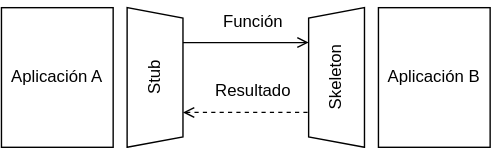
This is diagrams/Remote_Procedure_Invocation.svg from ucudal/ANDIS_Conceptos, a draw.io export, as it was before one commit. Source tidied: cells renumbered, new cells last; positions are measured from the earlier drawing's top-left corner, leaving out a move shared by most shapes. The source it was exported from:
```xml
<mxGraphModel>
  <root>
    <mxCell id="0" />
    <mxCell id="1" parent="0" />
    <mxCell id="2" value="Aplicación A" style="rounded=0;whiteSpace=wrap;html=1;strokeColor=light-dark(#000000,#006EAF);fontColor=light-dark(#000000,#006EAF);fillColor=none;" parent="1" vertex="1">
      <mxGeometry y="5" width="80" height="100" as="geometry" />
    </mxCell>
    <mxCell id="3" value="Aplicación B" style="rounded=0;whiteSpace=wrap;html=1;strokeColor=light-dark(#000000,#006EAF);fontColor=light-dark(#000000,#006EAF);fillColor=none;" parent="1" vertex="1">
      <mxGeometry x="270" y="5" width="80" height="100" as="geometry" />
    </mxCell>
    <mxCell id="4" style="edgeStyle=none;html=1;endArrow=open;endFill=0;strokeColor=light-dark(#000000,#006EAF);fontColor=light-dark(#000000,#006EAF);exitX=0.75;exitY=1;exitDx=0;exitDy=0;entryX=0.75;entryY=0;entryDx=0;entryDy=0;" parent="1" edge="1" source="5" target="6">
      <mxGeometry relative="1" as="geometry" />
    </mxCell>
    <mxCell id="5" value="Stub" style="verticalLabelPosition=middle;verticalAlign=middle;html=1;shape=trapezoid;perimeter=trapezoidPerimeter;whiteSpace=wrap;size=0.07500000000000001;arcSize=10;flipV=1;labelPosition=center;align=center;rotation=-90;strokeColor=light-dark(#000000,#006EAF);fontColor=light-dark(#000000,#006EAF);fillColor=none;" parent="1" vertex="1">
      <mxGeometry x="60" y="35" width="100" height="40" as="geometry" />
    </mxCell>
    <mxCell id="6" value="Skeleton" style="verticalLabelPosition=middle;verticalAlign=middle;html=1;shape=trapezoid;perimeter=trapezoidPerimeter;whiteSpace=wrap;size=0.07500000000000001;arcSize=10;flipV=0;labelPosition=center;align=center;rotation=-90;strokeColor=light-dark(#000000,#006EAF);fontColor=light-dark(#000000,#006EAF);fillColor=none;" parent="1" vertex="1">
      <mxGeometry x="190" y="35" width="100" height="40" as="geometry" />
    </mxCell>
    <mxCell id="7" value="Función" style="text;html=1;align=center;verticalAlign=middle;strokeColor=none;fillColor=none;fontColor=light-dark(#000000,#006EAF);" parent="1" vertex="1">
      <mxGeometry x="145" width="70" height="30" as="geometry" />
    </mxCell>
    <mxCell id="8" value="Resultado" style="text;html=1;align=center;verticalAlign=middle;strokeColor=none;fillColor=none;fontColor=light-dark(#000000,#006EAF);" parent="1" vertex="1">
      <mxGeometry x="140" y="50" width="80" height="30" as="geometry" />
    </mxCell>
    <mxCell id="9" style="edgeStyle=none;html=1;endArrow=none;endFill=0;strokeColor=light-dark(#000000,#006EAF);fontColor=light-dark(#000000,#006EAF);dashed=1;startArrow=open;startFill=0;exitX=0.25;exitY=1;exitDx=0;exitDy=0;entryX=0.25;entryY=0;entryDx=0;entryDy=0;" parent="1" edge="1" source="5" target="6">
      <mxGeometry relative="1" as="geometry" />
    </mxCell>
  </root>
</mxGraphModel>
```
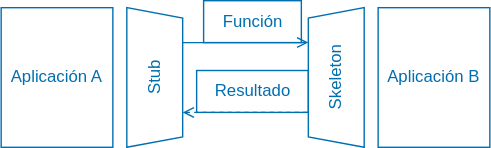
Above is the later version.

Change to the diagram source:
```diff
@@ -2,28 +2,28 @@
   <root>
     <mxCell id="0" />
     <mxCell id="1" parent="0" />
-    <mxCell id="2" value="Aplicación A" style="rounded=0;whiteSpace=wrap;html=1;strokeColor=light-dark(#000000,#006EAF);fontColor=light-dark(#000000,#006EAF);fillColor=none;" parent="1" vertex="1">
+    <mxCell id="2" value="Aplicación A" style="rounded=0;whiteSpace=wrap;html=1;strokeColor=light-dark(#006EAF,#006EAF);fontColor=light-dark(#006EAF,#006EAF);fillColor=none;" parent="1" vertex="1">
       <mxGeometry y="5" width="80" height="100" as="geometry" />
     </mxCell>
-    <mxCell id="3" value="Aplicación B" style="rounded=0;whiteSpace=wrap;html=1;strokeColor=light-dark(#000000,#006EAF);fontColor=light-dark(#000000,#006EAF);fillColor=none;" parent="1" vertex="1">
+    <mxCell id="3" value="Aplicación B" style="rounded=0;whiteSpace=wrap;html=1;strokeColor=light-dark(#006EAF,#006EAF);fontColor=light-dark(#006EAF,#006EAF);fillColor=none;" parent="1" vertex="1">
       <mxGeometry x="270" y="5" width="80" height="100" as="geometry" />
     </mxCell>
-    <mxCell id="4" style="edgeStyle=none;html=1;endArrow=open;endFill=0;strokeColor=light-dark(#000000,#006EAF);fontColor=light-dark(#000000,#006EAF);exitX=0.75;exitY=1;exitDx=0;exitDy=0;entryX=0.75;entryY=0;entryDx=0;entryDy=0;" parent="1" edge="1" source="5" target="6">
+    <mxCell id="4" style="edgeStyle=none;html=1;endArrow=open;endFill=0;strokeColor=light-dark(#006EAF,#006EAF);fontColor=light-dark(#006EAF,#006EAF);exitX=0.75;exitY=1;exitDx=0;exitDy=0;entryX=0.75;entryY=0;entryDx=0;entryDy=0;" parent="1" edge="1" source="5" target="6">
       <mxGeometry relative="1" as="geometry" />
     </mxCell>
-    <mxCell id="5" value="Stub" style="verticalLabelPosition=middle;verticalAlign=middle;html=1;shape=trapezoid;perimeter=trapezoidPerimeter;whiteSpace=wrap;size=0.07500000000000001;arcSize=10;flipV=1;labelPosition=center;align=center;rotation=-90;strokeColor=light-dark(#000000,#006EAF);fontColor=light-dark(#000000,#006EAF);fillColor=none;" parent="1" vertex="1">
+    <mxCell id="5" value="Stub" style="verticalLabelPosition=middle;verticalAlign=middle;html=1;shape=trapezoid;perimeter=trapezoidPerimeter;whiteSpace=wrap;size=0.07500000000000001;arcSize=10;flipV=1;labelPosition=center;align=center;rotation=-90;strokeColor=light-dark(#006EAF,#006EAF);fontColor=light-dark(#006EAF,#006EAF);fillColor=none;" parent="1" vertex="1">
       <mxGeometry x="60" y="35" width="100" height="40" as="geometry" />
     </mxCell>
-    <mxCell id="6" value="Skeleton" style="verticalLabelPosition=middle;verticalAlign=middle;html=1;shape=trapezoid;perimeter=trapezoidPerimeter;whiteSpace=wrap;size=0.07500000000000001;arcSize=10;flipV=0;labelPosition=center;align=center;rotation=-90;strokeColor=light-dark(#000000,#006EAF);fontColor=light-dark(#000000,#006EAF);fillColor=none;" parent="1" vertex="1">
+    <mxCell id="6" value="Skeleton" style="verticalLabelPosition=middle;verticalAlign=middle;html=1;shape=trapezoid;perimeter=trapezoidPerimeter;whiteSpace=wrap;size=0.07500000000000001;arcSize=10;flipV=0;labelPosition=center;align=center;rotation=-90;strokeColor=light-dark(#006EAF,#006EAF);fontColor=light-dark(#006EAF,#006EAF);fillColor=none;" parent="1" vertex="1">
       <mxGeometry x="190" y="35" width="100" height="40" as="geometry" />
     </mxCell>
-    <mxCell id="7" value="Función" style="text;html=1;align=center;verticalAlign=middle;strokeColor=none;fillColor=none;fontColor=light-dark(#000000,#006EAF);" parent="1" vertex="1">
+    <mxCell id="7" value="Función" style="text;html=1;align=center;verticalAlign=middle;strokeColor=light-dark(#006EAF,#006EAF);fillColor=none;fontColor=light-dark(#006EAF,#006EAF);" parent="1" vertex="1">
       <mxGeometry x="145" width="70" height="30" as="geometry" />
     </mxCell>
-    <mxCell id="8" value="Resultado" style="text;html=1;align=center;verticalAlign=middle;strokeColor=none;fillColor=none;fontColor=light-dark(#000000,#006EAF);" parent="1" vertex="1">
+    <mxCell id="8" value="Resultado" style="text;html=1;align=center;verticalAlign=middle;strokeColor=light-dark(#006EAF,#006EAF);fillColor=none;fontColor=light-dark(#006EAF,#006EAF);" parent="1" vertex="1">
       <mxGeometry x="140" y="50" width="80" height="30" as="geometry" />
     </mxCell>
-    <mxCell id="9" style="edgeStyle=none;html=1;endArrow=none;endFill=0;strokeColor=light-dark(#000000,#006EAF);fontColor=light-dark(#000000,#006EAF);dashed=1;startArrow=open;startFill=0;exitX=0.25;exitY=1;exitDx=0;exitDy=0;entryX=0.25;entryY=0;entryDx=0;entryDy=0;" parent="1" edge="1" source="5" target="6">
+    <mxCell id="9" style="edgeStyle=none;html=1;endArrow=none;endFill=0;strokeColor=light-dark(#006EAF,#006EAF);fontColor=light-dark(#006EAF,#006EAF);dashed=1;startArrow=open;startFill=0;exitX=0.25;exitY=1;exitDx=0;exitDy=0;entryX=0.25;entryY=0;entryDx=0;entryDy=0;" parent="1" edge="1" source="5" target="6">
       <mxGeometry relative="1" as="geometry" />
     </mxCell>
   </root>
```
